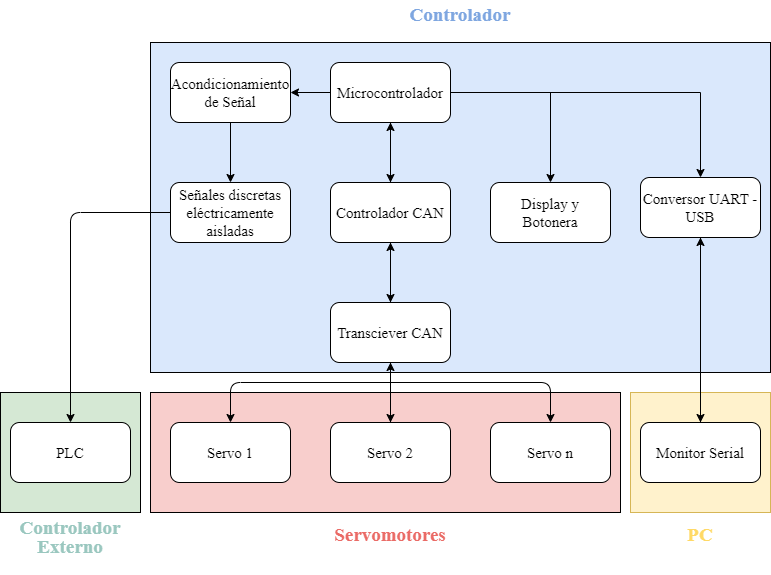
The draw.io diagram Figures/Arquitectura_SE.png in jorgetrumbel/Plantilla-memoria, before a commit. Source tidied: cells renumbered, new cells last; positions are measured from the earlier drawing's top-left corner, leaving out a move shared by most shapes.
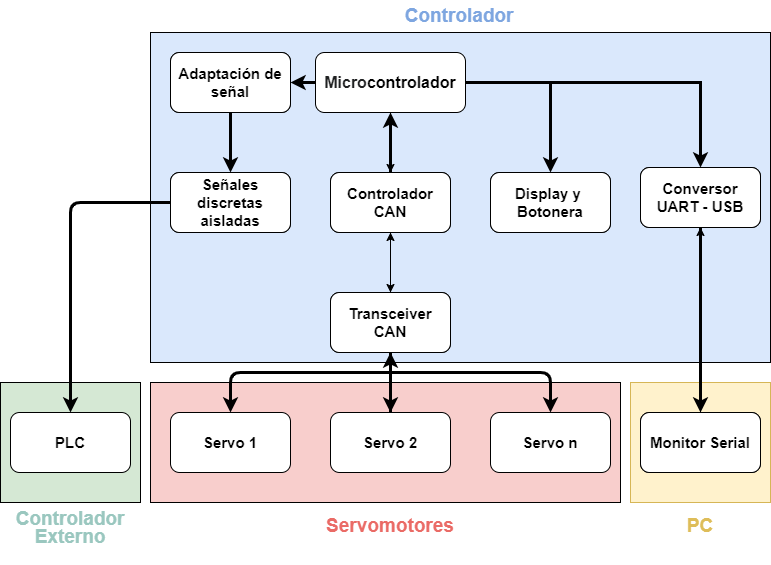
After the commit.

The edit, as a diff of the source:
```diff
@@ -17,10 +17,10 @@
     <mxCell id="6" style="edgeStyle=orthogonalEdgeStyle;rounded=0;jettySize=auto;html=1;fontFamily=Times New Roman;entryX=0.5;entryY=0;entryDx=0;entryDy=0;" parent="1" edge="1" source="9" target="11">
       <mxGeometry relative="1" as="geometry" />
     </mxCell>
-    <mxCell id="7" style="edgeStyle=orthogonalEdgeStyle;rounded=0;jettySize=auto;html=1;" parent="1" edge="1" source="9" target="19">
+    <mxCell id="7" style="edgeStyle=orthogonalEdgeStyle;rounded=0;jettySize=auto;html=1;strokeWidth=3;" parent="1" edge="1" source="9" target="19">
       <mxGeometry relative="1" as="geometry" />
     </mxCell>
-    <mxCell id="8" style="edgeStyle=orthogonalEdgeStyle;rounded=0;jettySize=auto;html=1;" parent="1" edge="1" source="9" target="21">
+    <mxCell id="8" style="edgeStyle=orthogonalEdgeStyle;rounded=0;jettySize=auto;html=1;strokeWidth=3;exitX=0;exitY=0.5;exitDx=0;exitDy=0;" parent="1" edge="1" source="40" target="21">
       <mxGeometry relative="1" as="geometry" />
     </mxCell>
     <mxCell id="9" value="&lt;font style=&quot;font-size: 15px&quot;&gt;Microcontrolador&lt;/font&gt;" style="rounded=1;whiteSpace=wrap;html=1;fontFamily=Times New Roman;" parent="1" vertex="1">
@@ -32,7 +32,7 @@
     <mxCell id="11" value="Controlador CAN" style="whiteSpace=wrap;html=1;rounded=1;fontFamily=Times New Roman;fontSize=15;" parent="1" vertex="1">
       <mxGeometry x="330" y="180" width="120" height="60" as="geometry" />
     </mxCell>
-    <mxCell id="12" style="edgeStyle=orthogonalEdgeStyle;rounded=0;jettySize=auto;html=1;entryX=0.5;entryY=1;entryDx=0;entryDy=0;" parent="1" edge="1" target="13">
+    <mxCell id="12" style="edgeStyle=orthogonalEdgeStyle;rounded=0;jettySize=auto;html=1;entryX=0.5;entryY=1;entryDx=0;entryDy=0;strokeWidth=3;" parent="1" edge="1" target="13">
       <mxGeometry relative="1" as="geometry">
         <mxPoint x="390" y="420" as="sourcePoint" />
       </mxGeometry>
@@ -40,10 +40,10 @@
     <mxCell id="13" value="Transciever CAN" style="whiteSpace=wrap;html=1;rounded=1;fontFamily=Times New Roman;fontSize=15;" parent="1" vertex="1">
       <mxGeometry x="330" y="300" width="120" height="60" as="geometry" />
     </mxCell>
-    <mxCell id="14" value="Servo 2" style="rounded=1;whiteSpace=wrap;html=1;fontSize=15;fontFamily=Times New Roman;" parent="1" vertex="1">
+    <mxCell id="14" value="Servo 2" style="rounded=1;whiteSpace=wrap;html=1;fontSize=15;fontFamily=Helvetica;fontStyle=1;" parent="1" vertex="1">
       <mxGeometry x="330" y="420" width="120" height="60" as="geometry" />
     </mxCell>
-    <mxCell id="15" style="endArrow=classic;html=1;" parent="1" edge="1">
+    <mxCell id="15" style="endArrow=classic;html=1;strokeWidth=3;" parent="1" edge="1">
       <mxGeometry relative="1" as="geometry">
         <mxPoint x="390" y="380" as="sourcePoint" />
         <mxPoint x="230" y="420" as="targetPoint" />
@@ -52,7 +52,7 @@
         </Array>
       </mxGeometry>
     </mxCell>
-    <mxCell id="16" style="endArrow=classic;html=1;" parent="1" edge="1">
+    <mxCell id="16" style="endArrow=classic;html=1;strokeWidth=3;" parent="1" edge="1">
       <mxGeometry relative="1" as="geometry">
         <mxPoint x="390" y="380" as="sourcePoint" />
         <mxPoint x="550" y="420" as="targetPoint" />
@@ -61,16 +61,16 @@
         </Array>
       </mxGeometry>
     </mxCell>
-    <mxCell id="17" value="Servo n" style="rounded=1;whiteSpace=wrap;html=1;fontSize=15;fontFamily=Times New Roman;" parent="1" vertex="1">
+    <mxCell id="17" value="Servo n" style="rounded=1;whiteSpace=wrap;html=1;fontSize=15;fontFamily=Helvetica;fontStyle=1;" parent="1" vertex="1">
       <mxGeometry x="490" y="420" width="120" height="60" as="geometry" />
     </mxCell>
-    <mxCell id="18" value="Servo 1" style="rounded=1;whiteSpace=wrap;html=1;fontSize=15;fontFamily=Times New Roman;" parent="1" vertex="1">
+    <mxCell id="18" value="Servo 1" style="rounded=1;whiteSpace=wrap;html=1;fontSize=15;fontFamily=Helvetica;fontStyle=1;" parent="1" vertex="1">
       <mxGeometry x="170" y="420" width="120" height="60" as="geometry" />
     </mxCell>
     <mxCell id="19" value="Display y &lt;br&gt;Botonera" style="whiteSpace=wrap;html=1;rounded=1;fontFamily=Times New Roman;fontSize=15;" parent="1" vertex="1">
       <mxGeometry x="490" y="180" width="120" height="60" as="geometry" />
     </mxCell>
-    <mxCell id="20" style="edgeStyle=orthogonalEdgeStyle;rounded=0;jettySize=auto;html=1;" parent="1" edge="1" source="21" target="22">
+    <mxCell id="20" style="edgeStyle=orthogonalEdgeStyle;rounded=0;jettySize=auto;html=1;strokeWidth=3;" parent="1" edge="1" source="21" target="22">
       <mxGeometry relative="1" as="geometry" />
     </mxCell>
     <mxCell id="21" value="&lt;font style=&quot;font-size: 15px&quot;&gt;Acondicionamiento de Señal&lt;/font&gt;" style="whiteSpace=wrap;html=1;rounded=1;fontFamily=Times New Roman;" parent="1" vertex="1">
@@ -79,32 +79,32 @@
     <mxCell id="22" value="&lt;font style=&quot;font-size: 15px&quot;&gt;Señales discretas eléctricamente aisladas&lt;/font&gt;" style="whiteSpace=wrap;html=1;rounded=1;fontFamily=Times New Roman;" parent="1" vertex="1">
       <mxGeometry x="170" y="180" width="120" height="60" as="geometry" />
     </mxCell>
-    <mxCell id="23" value="PLC" style="whiteSpace=wrap;html=1;rounded=1;fontFamily=Times New Roman;fontSize=15;" parent="1" vertex="1">
+    <mxCell id="23" value="PLC" style="whiteSpace=wrap;html=1;rounded=1;fontFamily=Helvetica;fontSize=15;fontStyle=1;" parent="1" vertex="1">
       <mxGeometry x="10" y="420" width="120" height="60" as="geometry" />
     </mxCell>
-    <mxCell id="24" style="endArrow=classic;html=1;fontFamily=Times New Roman;fontSize=15;entryX=0.5;entryY=0;entryDx=0;entryDy=0;exitX=0.5;exitY=1;exitDx=0;exitDy=0;" parent="1" edge="1" source="13" target="14">
+    <mxCell id="24" style="endArrow=classic;html=1;fontFamily=Times New Roman;fontSize=15;entryX=0.5;entryY=0;entryDx=0;entryDy=0;exitX=0.5;exitY=1;exitDx=0;exitDy=0;strokeWidth=3;" parent="1" edge="1" source="13" target="14">
       <mxGeometry relative="1" as="geometry" />
     </mxCell>
     <mxCell id="25" style="endArrow=classic;html=1;fontFamily=Times New Roman;fontSize=15;exitX=0.5;exitY=0;exitDx=0;exitDy=0;entryX=0.5;entryY=1;entryDx=0;entryDy=0;" parent="1" edge="1" source="13" target="11">
       <mxGeometry relative="1" as="geometry" />
     </mxCell>
-    <mxCell id="26" style="endArrow=classic;html=1;fontFamily=Times New Roman;fontSize=15;entryX=0.5;entryY=1;entryDx=0;entryDy=0;exitX=0.5;exitY=0;exitDx=0;exitDy=0;" parent="1" edge="1" source="11" target="9">
+    <mxCell id="26" style="endArrow=classic;html=1;fontFamily=Times New Roman;fontSize=15;entryX=0.5;entryY=1;entryDx=0;entryDy=0;exitX=0.5;exitY=0;exitDx=0;exitDy=0;strokeWidth=3;" parent="1" edge="1" source="11" target="9">
       <mxGeometry relative="1" as="geometry" />
     </mxCell>
-    <mxCell id="27" value="&lt;font style=&quot;line-height: 100%&quot; face=&quot;Times New Roman&quot; size=&quot;1&quot; color=&quot;#7ea6e0&quot;&gt;&lt;b style=&quot;font-size: 19px&quot;&gt;Controlador&lt;/b&gt;&lt;/font&gt;" style="text;html=1;strokeColor=none;fillColor=none;align=center;verticalAlign=middle;whiteSpace=wrap;rounded=0;strokeWidth=5;" parent="1" vertex="1">
-      <mxGeometry x="405" width="110" height="30" as="geometry" />
+    <mxCell id="27" value="&lt;font style=&quot;line-height: 100%&quot; size=&quot;1&quot; color=&quot;#7ea6e0&quot;&gt;&lt;b style=&quot;font-size: 19px;&quot;&gt;Controlador&lt;/b&gt;&lt;/font&gt;" style="text;html=1;strokeColor=none;fillColor=none;align=center;verticalAlign=middle;whiteSpace=wrap;rounded=0;strokeWidth=5;" parent="1" vertex="1">
+      <mxGeometry x="404" y="10" width="110" height="30" as="geometry" />
     </mxCell>
-    <mxCell id="28" value="&lt;font style=&quot;line-height: 100%&quot; face=&quot;Times New Roman&quot; size=&quot;1&quot; color=&quot;#ea6b66&quot;&gt;&lt;b style=&quot;font-size: 19px&quot;&gt;Servomotores&lt;/b&gt;&lt;/font&gt;" style="text;html=1;strokeColor=none;fillColor=none;align=center;verticalAlign=middle;whiteSpace=wrap;rounded=0;strokeWidth=5;" parent="1" vertex="1">
+    <mxCell id="28" value="&lt;font style=&quot;line-height: 100%&quot; size=&quot;1&quot; color=&quot;#ea6b66&quot;&gt;&lt;b style=&quot;font-size: 19px;&quot;&gt;Servomotores&lt;/b&gt;&lt;/font&gt;" style="text;html=1;strokeColor=none;fillColor=none;align=center;verticalAlign=middle;whiteSpace=wrap;rounded=0;strokeWidth=5;" parent="1" vertex="1">
       <mxGeometry x="335" y="520" width="110" height="30" as="geometry" />
     </mxCell>
-    <mxCell id="29" style="endArrow=classic;html=1;exitX=0;exitY=0.5;exitDx=0;exitDy=0;entryX=0.5;entryY=0;entryDx=0;entryDy=0;" parent="1" edge="1" source="22" target="23">
+    <mxCell id="29" style="endArrow=classic;html=1;exitX=0;exitY=0.5;exitDx=0;exitDy=0;entryX=0.5;entryY=0;entryDx=0;entryDy=0;strokeWidth=3;" parent="1" edge="1" source="22" target="23">
       <mxGeometry relative="1" as="geometry">
         <Array as="points">
           <mxPoint x="70" y="210" />
         </Array>
       </mxGeometry>
     </mxCell>
-    <mxCell id="30" value="&lt;font style=&quot;line-height: 100%&quot; face=&quot;Times New Roman&quot; size=&quot;1&quot;&gt;&lt;b style=&quot;font-size: 19px&quot;&gt;&lt;font color=&quot;#9ac7bf&quot; style=&quot;line-height: 93%&quot;&gt;Controlador&lt;br&gt;Externo&lt;/font&gt;&lt;br&gt;&lt;/b&gt;&lt;/font&gt;" style="text;html=1;strokeColor=none;fillColor=none;align=center;verticalAlign=middle;whiteSpace=wrap;rounded=0;strokeWidth=5;" parent="1" vertex="1">
+    <mxCell id="30" value="&lt;font style=&quot;line-height: 100%&quot; size=&quot;1&quot;&gt;&lt;b style=&quot;font-size: 19px;&quot;&gt;&lt;font color=&quot;#9ac7bf&quot; style=&quot;line-height: 93%;&quot;&gt;Controlador&lt;br&gt;Externo&lt;/font&gt;&lt;br&gt;&lt;/b&gt;&lt;/font&gt;" style="text;html=1;strokeColor=none;fillColor=none;align=center;verticalAlign=middle;whiteSpace=wrap;rounded=0;strokeWidth=5;" parent="1" vertex="1">
       <mxGeometry x="15" y="500" width="110" height="70" as="geometry" />
     </mxCell>
     <mxCell id="31" value="Conversor UART - USB" style="whiteSpace=wrap;html=1;rounded=1;fontFamily=Times New Roman;fontSize=15;" parent="1" vertex="1">
@@ -116,18 +116,42 @@
     <mxCell id="33" style="endArrow=classic;html=1;fontFamily=Times New Roman;fontSize=15;entryX=0.5;entryY=1;entryDx=0;entryDy=0;exitX=0.5;exitY=0;exitDx=0;exitDy=0;" parent="1" edge="1" source="32" target="31">
       <mxGeometry relative="1" as="geometry" />
     </mxCell>
-    <mxCell id="34" style="endArrow=classic;html=1;rounded=0;exitX=0.5;exitY=1;exitDx=0;exitDy=0;entryX=0.5;entryY=0;entryDx=0;entryDy=0;" parent="1" edge="1" source="31" target="32">
+    <mxCell id="34" style="endArrow=classic;html=1;rounded=0;exitX=0.5;exitY=1;exitDx=0;exitDy=0;entryX=0.5;entryY=0;entryDx=0;entryDy=0;strokeWidth=3;" parent="1" edge="1" source="31" target="32">
       <mxGeometry relative="1" as="geometry" />
     </mxCell>
-    <mxCell id="35" style="endArrow=classic;html=1;rounded=0;exitX=1;exitY=0.5;exitDx=0;exitDy=0;entryX=0.5;entryY=0;entryDx=0;entryDy=0;" parent="1" edge="1" source="9" target="31">
+    <mxCell id="35" style="endArrow=classic;html=1;rounded=0;exitX=1;exitY=0.5;exitDx=0;exitDy=0;entryX=0.5;entryY=0;entryDx=0;entryDy=0;strokeWidth=3;" parent="1" edge="1" source="40" target="31">
       <mxGeometry relative="1" as="geometry">
         <Array as="points">
           <mxPoint x="700" y="90" />
         </Array>
       </mxGeometry>
     </mxCell>
-    <mxCell id="36" value="&lt;font color=&quot;#ffd966&quot; style=&quot;line-height: 100%&quot; face=&quot;Times New Roman&quot; size=&quot;1&quot;&gt;&lt;b style=&quot;font-size: 19px;&quot;&gt;PC&lt;/b&gt;&lt;/font&gt;" style="text;html=1;strokeColor=none;fillColor=none;align=center;verticalAlign=middle;whiteSpace=wrap;rounded=0;strokeWidth=5;" parent="1" vertex="1">
+    <mxCell id="36" value="&lt;font color=&quot;#debd59&quot; style=&quot;line-height: 100%&quot; size=&quot;1&quot;&gt;&lt;b style=&quot;font-size: 19px;&quot;&gt;PC&lt;/b&gt;&lt;/font&gt;" style="text;html=1;strokeColor=none;fillColor=none;align=center;verticalAlign=middle;whiteSpace=wrap;rounded=0;strokeWidth=5;" parent="1" vertex="1">
       <mxGeometry x="645" y="520" width="110" height="30" as="geometry" />
     </mxCell>
+    <mxCell id="37" value="&lt;font style=&quot;font-size: 15px&quot;&gt;Adaptación de señal&lt;/font&gt;" style="whiteSpace=wrap;html=1;rounded=1;fontFamily=Helvetica;fontSize=15;fontStyle=1;" parent="1" vertex="1">
+      <mxGeometry x="170" y="60" width="120" height="60" as="geometry" />
+    </mxCell>
+    <mxCell id="38" value="&lt;font style=&quot;font-size: 15px;&quot;&gt;Señales discretas aisladas&lt;/font&gt;" style="whiteSpace=wrap;html=1;rounded=1;fontFamily=Helvetica;fontSize=15;fontStyle=1;" parent="1" vertex="1">
+      <mxGeometry x="170" y="180" width="120" height="60" as="geometry" />
+    </mxCell>
+    <mxCell id="39" value="Controlador CAN" style="whiteSpace=wrap;html=1;rounded=1;fontFamily=Helvetica;fontSize=15;fontStyle=1;" parent="1" vertex="1">
+      <mxGeometry x="330" y="180" width="120" height="60" as="geometry" />
+    </mxCell>
+    <mxCell id="40" value="&lt;font style=&quot;font-size: 16px ; line-height: 1.2&quot;&gt;&lt;font color=&quot;#202122&quot;&gt;&lt;span style=&quot;background-color: rgb(255 , 255 , 255)&quot;&gt;Micro&lt;/span&gt;&lt;/font&gt;controlador&lt;/font&gt;" style="rounded=1;whiteSpace=wrap;html=1;fontFamily=Helvetica;fontSize=15;fontStyle=1;" parent="1" vertex="1">
+      <mxGeometry x="315" y="60" width="150" height="60" as="geometry" />
+    </mxCell>
+    <mxCell id="41" value="Transceiver CAN" style="whiteSpace=wrap;html=1;rounded=1;fontFamily=Helvetica;fontSize=15;fontStyle=1;" parent="1" vertex="1">
+      <mxGeometry x="330" y="300" width="120" height="60" as="geometry" />
+    </mxCell>
+    <mxCell id="42" value="Display y &lt;br style=&quot;font-size: 15px;&quot;&gt;Botonera" style="whiteSpace=wrap;html=1;rounded=1;fontFamily=Helvetica;fontSize=15;fontStyle=1;" parent="1" vertex="1">
+      <mxGeometry x="490" y="180" width="120" height="60" as="geometry" />
+    </mxCell>
+    <mxCell id="43" value="Conversor UART - USB" style="whiteSpace=wrap;html=1;rounded=1;fontFamily=Helvetica;fontSize=15;fontStyle=1;" parent="1" vertex="1">
+      <mxGeometry x="640" y="175" width="120" height="60" as="geometry" />
+    </mxCell>
+    <mxCell id="44" value="Monitor Serial" style="whiteSpace=wrap;html=1;rounded=1;fontFamily=Helvetica;fontSize=15;fontStyle=1;" parent="1" vertex="1">
+      <mxGeometry x="640" y="420" width="120" height="60" as="geometry" />
+    </mxCell>
   </root>
 </mxGraphModel>
```
